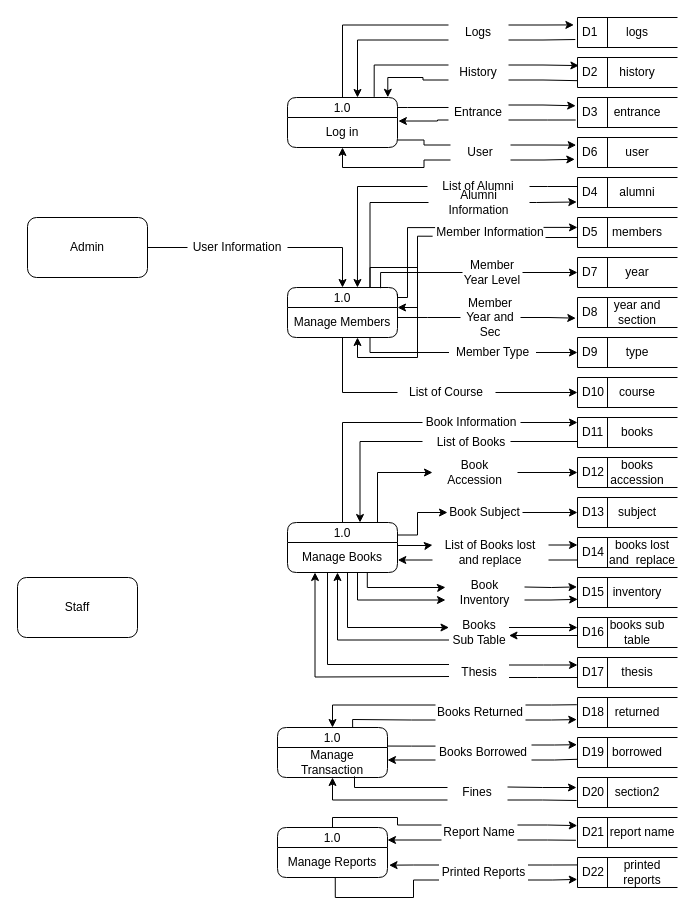
Earlier version of the draw.io diagram dfdnew.drawio (Jayrou12345/Flowchart). Source tidied: cells renumbered, new cells numbered last; positions are measured from the earlier drawing's top-left corner, leaving out a move shared by most shapes. Both pictures are drawn from the tidied source at 100%, with x=0, y=0 at pixel (17, 17).
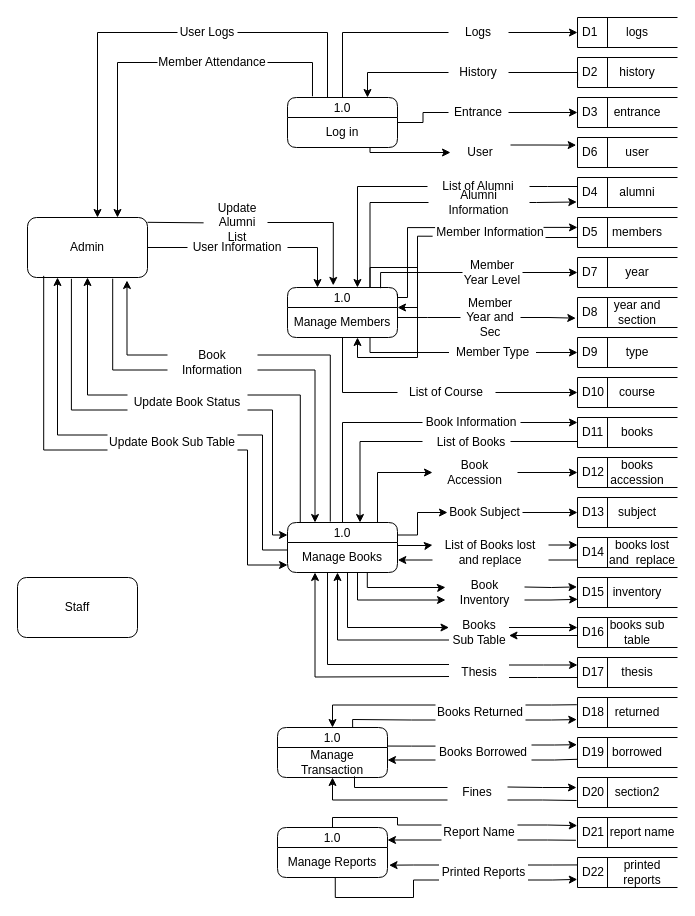
The same page after the edit.

Unchanged cells that the change refers to:
```xml
<mxCell id="18" value="D3" style="html=1;dashed=0;whiteSpace=wrap;shape=mxgraph.dfd.dataStoreID;align=left;spacingLeft=3;points=[[0,0],[0.5,0],[1,0],[0,0.5],[1,0.5],[0,1],[0.5,1],[1,1]];" parent="1" vertex="1">
  <mxGeometry x="560" y="80" width="100" height="30" as="geometry" />
</mxCell>
<mxCell id="20" value="D2" style="html=1;dashed=0;whiteSpace=wrap;shape=mxgraph.dfd.dataStoreID;align=left;spacingLeft=3;points=[[0,0],[0.5,0],[1,0],[0,0.5],[1,0.5],[0,1],[0.5,1],[1,1]];" parent="1" vertex="1">
  <mxGeometry x="560" y="40" width="100" height="30" as="geometry" />
</mxCell>
<mxCell id="24" value="D1" style="html=1;dashed=0;whiteSpace=wrap;shape=mxgraph.dfd.dataStoreID;align=left;spacingLeft=3;points=[[0,0],[0.5,0],[1,0],[0,0.5],[1,0.5],[0,1],[0.5,1],[1,1]];" parent="1" vertex="1">
  <mxGeometry x="560" width="100" height="30" as="geometry" />
</mxCell>
<mxCell id="44" value="D6" style="html=1;dashed=0;whiteSpace=wrap;shape=mxgraph.dfd.dataStoreID;align=left;spacingLeft=3;points=[[0,0],[0.5,0],[1,0],[0,0.5],[1,0.5],[0,1],[0.5,1],[1,1]];" parent="1" vertex="1">
  <mxGeometry x="560" y="120" width="100" height="30" as="geometry" />
</mxCell>
<mxCell id="51" value="1.0" style="swimlane;fontStyle=0;horizontal=1;startSize=20;fillColor=#ffffff;swimlaneFillColor=#ffffff;rounded=1;" parent="1" vertex="1">
  <mxGeometry x="270" y="270" width="110" height="50" as="geometry" />
</mxCell>
<mxCell id="52" value="Manage Members" style="text;html=1;strokeColor=none;fillColor=none;align=center;verticalAlign=middle;whiteSpace=wrap;rounded=1;" parent="51" vertex="1">
  <mxGeometry y="20" width="110" height="30" as="geometry" />
</mxCell>
<mxCell id="57" value="1.0" style="swimlane;fontStyle=0;horizontal=1;startSize=20;fillColor=#ffffff;swimlaneFillColor=#ffffff;rounded=1;" parent="1" vertex="1">
  <mxGeometry x="270" y="505" width="110" height="50" as="geometry" />
</mxCell>
<mxCell id="58" value="Manage Books" style="text;html=1;strokeColor=none;fillColor=none;align=center;verticalAlign=middle;whiteSpace=wrap;rounded=1;" parent="57" vertex="1">
  <mxGeometry y="20" width="110" height="30" as="geometry" />
</mxCell>
<mxCell id="64" value="1.0" style="swimlane;fontStyle=0;horizontal=1;startSize=20;fillColor=#ffffff;swimlaneFillColor=#ffffff;rounded=1;" parent="1" vertex="1">
  <mxGeometry x="270" y="80" width="110" height="50" as="geometry" />
</mxCell>
<mxCell id="65" value="Log in" style="text;html=1;strokeColor=none;fillColor=none;align=center;verticalAlign=middle;whiteSpace=wrap;rounded=1;" parent="64" vertex="1">
  <mxGeometry y="20" width="110" height="30" as="geometry" />
</mxCell>
<mxCell id="67" value="Admin" style="rounded=1;whiteSpace=wrap;html=1;" parent="1" vertex="1">
  <mxGeometry x="10" y="200" width="120" height="60" as="geometry" />
</mxCell>
<mxCell id="70" value="User Information" style="text;html=1;strokeColor=none;fillColor=none;align=center;verticalAlign=middle;whiteSpace=wrap;rounded=0;" parent="1" vertex="1">
  <mxGeometry x="170" y="215" width="100" height="30" as="geometry" />
</mxCell>
<mxCell id="143" value="Logs" style="text;html=1;strokeColor=none;fillColor=none;align=center;verticalAlign=middle;whiteSpace=wrap;rounded=0;" parent="1" vertex="1">
  <mxGeometry x="431" width="60" height="30" as="geometry" />
</mxCell>
<mxCell id="147" value="History" style="text;html=1;strokeColor=none;fillColor=none;align=center;verticalAlign=middle;whiteSpace=wrap;rounded=0;" parent="1" vertex="1">
  <mxGeometry x="431" y="40" width="60" height="30" as="geometry" />
</mxCell>
<mxCell id="154" value="Entrance" style="text;html=1;strokeColor=none;fillColor=none;align=center;verticalAlign=middle;whiteSpace=wrap;rounded=0;" parent="1" vertex="1">
  <mxGeometry x="431" y="80" width="60" height="30" as="geometry" />
</mxCell>
<mxCell id="159" value="User" style="text;html=1;strokeColor=none;fillColor=none;align=center;verticalAlign=middle;whiteSpace=wrap;rounded=0;" parent="1" vertex="1">
  <mxGeometry x="433" y="120" width="60" height="30" as="geometry" />
</mxCell>
```

What changed in the source:
```diff
@@
+    <mxCell id="53" style="edgeStyle=orthogonalEdgeStyle;rounded=0;jettySize=auto;html=1;exitX=0.75;exitY=0;exitDx=0;exitDy=0;" parent="51" edge="1" source="51" target="52">
+      <mxGeometry relative="1" as="geometry">
+        <Array as="points">
+          <mxPoint x="82" y="-20" />
+          <mxPoint x="130" y="-20" />
+          <mxPoint x="130" y="70" />
+          <mxPoint x="70" y="70" />
+        </Array>
+      </mxGeometry>
+    </mxCell>
@@
-    <mxCell id="53" style="edgeStyle=orthogonalEdgeStyle;rounded=0;jettySize=auto;html=1;exitX=0.75;exitY=0;exitDx=0;exitDy=0;" parent="51" edge="1" source="51" target="52">
-      <mxGeometry relative="1" as="geometry">
-        <Array as="points">
-          <mxPoint x="82" y="-20" />
-          <mxPoint x="130" y="-20" />
-          <mxPoint x="130" y="70" />
-          <mxPoint x="70" y="70" />
-        </Array>
-      </mxGeometry>
-    </mxCell>
@@
-    <mxCell id="66" style="edgeStyle=orthogonalEdgeStyle;rounded=0;jettySize=auto;html=1;entryX=0.5;entryY=0;entryDx=0;entryDy=0;exitX=1;exitY=0.5;exitDx=0;exitDy=0;" parent="1" edge="1" source="70" target="51">
-      <mxGeometry relative="1" as="geometry" />
+    <mxCell id="66" style="edgeStyle=orthogonalEdgeStyle;rounded=0;jettySize=auto;html=1;exitX=1;exitY=0.5;exitDx=0;exitDy=0;" parent="1" edge="1" source="70">
+      <mxGeometry relative="1" as="geometry">
+        <mxPoint x="300" y="270" as="targetPoint" />
+        <Array as="points">
+          <mxPoint x="300" y="230" />
+          <mxPoint x="300" y="270" />
+        </Array>
+      </mxGeometry>
     </mxCell>
+    <mxCell id="162" style="edgeStyle=orthogonalEdgeStyle;rounded=0;jettySize=auto;html=1;entryX=0.25;entryY=0;entryDx=0;entryDy=0;endArrow=none;endFill=0;" parent="1" edge="1" target="64">
+      <mxGeometry relative="1" as="geometry">
+        <mxPoint x="220" y="15" as="sourcePoint" />
+        <Array as="points">
+          <mxPoint x="310" y="15" />
+          <mxPoint x="310" y="80" />
+        </Array>
+      </mxGeometry>
+    </mxCell>
@@
-    <mxCell id="142" style="edgeStyle=orthogonalEdgeStyle;rounded=0;jettySize=auto;html=1;exitX=0;exitY=0.25;exitDx=0;exitDy=0;entryX=0.5;entryY=0;entryDx=0;entryDy=0;endArrow=none;endFill=0;" parent="1" edge="1" source="143" target="64">
-      <mxGeometry relative="1" as="geometry" />
+    <mxCell id="142" style="edgeStyle=orthogonalEdgeStyle;rounded=0;jettySize=auto;html=1;exitX=0;exitY=0.5;exitDx=0;exitDy=0;entryX=0.5;entryY=0;entryDx=0;entryDy=0;endArrow=none;endFill=0;" parent="1" edge="1" source="143" target="64">
+      <mxGeometry relative="1" as="geometry">
+        <Array as="points">
+          <mxPoint x="325" y="15" />
+        </Array>
+      </mxGeometry>
     </mxCell>
@@
-    <mxCell id="144" style="edgeStyle=orthogonalEdgeStyle;rounded=0;jettySize=auto;html=1;exitX=1;exitY=0.25;exitDx=0;exitDy=0;entryX=-0.036;entryY=0.247;entryDx=0;entryDy=0;entryPerimeter=0;" parent="1" edge="1" source="143" target="24">
+    <mxCell id="144" style="edgeStyle=orthogonalEdgeStyle;rounded=0;jettySize=auto;html=1;entryX=0;entryY=0.5;entryDx=0;entryDy=0;" parent="1" edge="1" source="143" target="24">
       <mxGeometry relative="1" as="geometry" />
     </mxCell>
-    <mxCell id="145" style="edgeStyle=orthogonalEdgeStyle;rounded=0;jettySize=auto;html=1;exitX=1;exitY=0.75;exitDx=0;exitDy=0;entryX=-0.022;entryY=0.734;entryDx=0;entryDy=0;entryPerimeter=0;endArrow=none;endFill=0;" parent="1" edge="1" source="143" target="24">
-      <mxGeometry relative="1" as="geometry" />
-    </mxCell>
-    <mxCell id="146" style="edgeStyle=orthogonalEdgeStyle;rounded=0;jettySize=auto;html=1;exitX=0;exitY=0.75;exitDx=0;exitDy=0;" parent="1" edge="1" source="143" target="64">
-      <mxGeometry relative="1" as="geometry">
-        <Array as="points">
-          <mxPoint x="340" y="22" />
-        </Array>
-      </mxGeometry>
-    </mxCell>
@@
-    <mxCell id="148" style="edgeStyle=orthogonalEdgeStyle;rounded=0;jettySize=auto;html=1;exitX=1;exitY=0.25;exitDx=0;exitDy=0;entryX=0.014;entryY=0.27;entryDx=0;entryDy=0;entryPerimeter=0;" parent="1" edge="1" source="147" target="20">
-      <mxGeometry relative="1" as="geometry" />
-    </mxCell>
-    <mxCell id="149" style="edgeStyle=orthogonalEdgeStyle;rounded=0;jettySize=auto;html=1;exitX=1;exitY=0.75;exitDx=0;exitDy=0;entryX=0.001;entryY=0.772;entryDx=0;entryDy=0;entryPerimeter=0;endArrow=none;endFill=0;" parent="1" edge="1" source="147" target="20">
-      <mxGeometry relative="1" as="geometry" />
+    <mxCell id="149" style="edgeStyle=orthogonalEdgeStyle;rounded=0;jettySize=auto;html=1;entryX=0.001;entryY=0.772;entryDx=0;entryDy=0;entryPerimeter=0;endArrow=none;endFill=0;" parent="1" edge="1" source="147" target="20">
+      <mxGeometry relative="1" as="geometry">
+        <Array as="points">
+          <mxPoint x="560" y="55" />
+        </Array>
+      </mxGeometry>
     </mxCell>
-    <mxCell id="150" style="edgeStyle=orthogonalEdgeStyle;rounded=0;jettySize=auto;html=1;exitX=0;exitY=0.25;exitDx=0;exitDy=0;entryX=0.788;entryY=-0.013;entryDx=0;entryDy=0;entryPerimeter=0;endArrow=none;endFill=0;" parent="1" edge="1" source="147" target="64">
-      <mxGeometry relative="1" as="geometry" />
-    </mxCell>
-    <mxCell id="151" style="edgeStyle=orthogonalEdgeStyle;rounded=0;jettySize=auto;html=1;exitX=0;exitY=0.75;exitDx=0;exitDy=0;entryX=0.912;entryY=-0.004;entryDx=0;entryDy=0;entryPerimeter=0;" parent="1" edge="1" source="147" target="64">
-      <mxGeometry relative="1" as="geometry" />
+    <mxCell id="151" style="edgeStyle=orthogonalEdgeStyle;rounded=0;jettySize=auto;html=1;exitX=0;exitY=0.5;exitDx=0;exitDy=0;" parent="1" edge="1" source="147" target="64">
+      <mxGeometry relative="1" as="geometry">
+        <Array as="points">
+          <mxPoint x="350" y="55" />
+        </Array>
+      </mxGeometry>
     </mxCell>
-    <mxCell id="152" style="edgeStyle=orthogonalEdgeStyle;rounded=0;jettySize=auto;html=1;exitX=0;exitY=0.333;exitDx=0;exitDy=0;exitPerimeter=0;endArrow=none;endFill=0;" parent="1" edge="1" source="154" target="64">
-      <mxGeometry relative="1" as="geometry">
-        <Array as="points">
-          <mxPoint x="390" y="90" />
-          <mxPoint x="390" y="90" />
-        </Array>
-      </mxGeometry>
+    <mxCell id="152" style="edgeStyle=orthogonalEdgeStyle;rounded=0;jettySize=auto;html=1;exitX=0;exitY=0.5;exitDx=0;exitDy=0;endArrow=none;endFill=0;" parent="1" edge="1" source="154" target="64">
+      <mxGeometry relative="1" as="geometry" />
     </mxCell>
-    <mxCell id="153" style="edgeStyle=orthogonalEdgeStyle;rounded=0;jettySize=auto;html=1;exitX=0;exitY=0.75;exitDx=0;exitDy=0;entryX=1.008;entryY=0.118;entryDx=0;entryDy=0;entryPerimeter=0;" parent="1" edge="1" source="154" target="65">
-      <mxGeometry relative="1" as="geometry">
-        <Array as="points">
-          <mxPoint x="420" y="103" />
-          <mxPoint x="390" y="103" />
-        </Array>
-      </mxGeometry>
-    </mxCell>
@@
-    <mxCell id="155" style="edgeStyle=orthogonalEdgeStyle;rounded=0;jettySize=auto;html=1;exitX=1;exitY=0.25;exitDx=0;exitDy=0;entryX=-0.018;entryY=0.277;entryDx=0;entryDy=0;entryPerimeter=0;" parent="1" edge="1" source="154" target="18">
+    <mxCell id="155" style="edgeStyle=orthogonalEdgeStyle;rounded=0;jettySize=auto;html=1;entryX=0;entryY=0.5;entryDx=0;entryDy=0;" parent="1" edge="1" source="154" target="18">
       <mxGeometry relative="1" as="geometry" />
     </mxCell>
-    <mxCell id="156" style="edgeStyle=orthogonalEdgeStyle;rounded=0;jettySize=auto;html=1;exitX=1;exitY=0.75;exitDx=0;exitDy=0;entryX=-0.018;entryY=0.75;entryDx=0;entryDy=0;entryPerimeter=0;endArrow=none;endFill=0;" parent="1" edge="1" source="154" target="18">
-      <mxGeometry relative="1" as="geometry">
-        <Array as="points">
-          <mxPoint x="530" y="103" />
-          <mxPoint x="530" y="103" />
-        </Array>
-      </mxGeometry>
-    </mxCell>
-    <mxCell id="157" style="edgeStyle=orthogonalEdgeStyle;rounded=0;jettySize=auto;html=1;exitX=0;exitY=0.25;exitDx=0;exitDy=0;entryX=1;entryY=0.75;entryDx=0;entryDy=0;endArrow=none;endFill=0;" parent="1" edge="1" source="159" target="65">
-      <mxGeometry relative="1" as="geometry" />
-    </mxCell>
-    <mxCell id="158" style="edgeStyle=orthogonalEdgeStyle;rounded=0;jettySize=auto;html=1;exitX=0;exitY=0.75;exitDx=0;exitDy=0;entryX=0.5;entryY=1;entryDx=0;entryDy=0;" parent="1" edge="1" source="159" target="65">
-      <mxGeometry relative="1" as="geometry" />
-    </mxCell>
@@
-    <mxCell id="161" style="edgeStyle=orthogonalEdgeStyle;rounded=0;jettySize=auto;html=1;exitX=1;exitY=0.75;exitDx=0;exitDy=0;entryX=-0.027;entryY=0.727;entryDx=0;entryDy=0;entryPerimeter=0;" parent="1" edge="1" source="159" target="44">
-      <mxGeometry relative="1" as="geometry" />
-    </mxCell>
+    <mxCell id="163" style="edgeStyle=orthogonalEdgeStyle;rounded=0;jettySize=auto;html=1;exitX=0.75;exitY=1;exitDx=0;exitDy=0;" parent="1" edge="1" source="65" target="159">
+      <mxGeometry relative="1" as="geometry">
+        <Array as="points">
+          <mxPoint x="353" y="135" />
+        </Array>
+      </mxGeometry>
+    </mxCell>
+    <mxCell id="164" style="edgeStyle=orthogonalEdgeStyle;rounded=0;jettySize=auto;html=1;exitX=1;exitY=0.5;exitDx=0;exitDy=0;entryX=0.416;entryY=-0.042;entryDx=0;entryDy=0;entryPerimeter=0;" parent="1" edge="1" source="166" target="51">
+      <mxGeometry relative="1" as="geometry" />
+    </mxCell>
+    <mxCell id="165" style="edgeStyle=orthogonalEdgeStyle;rounded=0;jettySize=auto;html=1;exitX=1;exitY=0.25;exitDx=0;exitDy=0;entryX=-0.065;entryY=0.511;entryDx=0;entryDy=0;entryPerimeter=0;endArrow=none;endFill=0;" parent="1" edge="1" target="166">
+      <mxGeometry relative="1" as="geometry">
+        <mxPoint x="130" y="204.8" as="sourcePoint" />
+      </mxGeometry>
+    </mxCell>
+    <mxCell id="166" value="Update Alumni List" style="text;html=1;strokeColor=none;fillColor=none;align=center;verticalAlign=middle;whiteSpace=wrap;rounded=0;" parent="1" vertex="1">
+      <mxGeometry x="190" y="190" width="60" height="30" as="geometry" />
+    </mxCell>
+    <mxCell id="167" style="edgeStyle=orthogonalEdgeStyle;rounded=0;jettySize=auto;html=1;entryX=0;entryY=0.5;entryDx=0;entryDy=0;startArrow=classic;startFill=1;endArrow=none;endFill=0;" parent="1" edge="1" source="67">
+      <mxGeometry relative="1" as="geometry">
+        <mxPoint x="160" y="15" as="targetPoint" />
+        <Array as="points">
+          <mxPoint x="80" y="15" />
+        </Array>
+      </mxGeometry>
+    </mxCell>
+    <mxCell id="168" value="User Logs" style="text;html=1;strokeColor=none;fillColor=none;align=center;verticalAlign=middle;whiteSpace=wrap;rounded=0;" parent="1" vertex="1">
+      <mxGeometry x="160" width="60" height="30" as="geometry" />
+    </mxCell>
+    <mxCell id="169" style="edgeStyle=orthogonalEdgeStyle;rounded=0;jettySize=auto;html=1;entryX=0.75;entryY=0;entryDx=0;entryDy=0;" parent="1" edge="1" source="170" target="67">
+      <mxGeometry relative="1" as="geometry" />
+    </mxCell>
+    <mxCell id="170" value="Member Attendance" style="text;html=1;strokeColor=none;fillColor=none;align=center;verticalAlign=middle;whiteSpace=wrap;rounded=0;" parent="1" vertex="1">
+      <mxGeometry x="140" y="30" width="110" height="30" as="geometry" />
+    </mxCell>
+    <mxCell id="171" style="edgeStyle=orthogonalEdgeStyle;rounded=0;jettySize=auto;html=1;entryX=0.227;entryY=-0.025;entryDx=0;entryDy=0;entryPerimeter=0;endArrow=none;endFill=0;" parent="1" edge="1" source="170" target="64">
+      <mxGeometry relative="1" as="geometry" />
+    </mxCell>
+    <mxCell id="172" style="edgeStyle=orthogonalEdgeStyle;rounded=0;jettySize=auto;html=1;exitX=1;exitY=0.75;exitDx=0;exitDy=0;entryX=0.25;entryY=0;entryDx=0;entryDy=0;" parent="1" edge="1" source="173" target="57">
+      <mxGeometry relative="1" as="geometry" />
+    </mxCell>
+    <mxCell id="173" value="Book Information" style="text;html=1;strokeColor=none;fillColor=none;align=center;verticalAlign=middle;whiteSpace=wrap;rounded=0;" parent="1" vertex="1">
+      <mxGeometry x="150" y="330" width="90" height="30" as="geometry" />
+    </mxCell>
+    <mxCell id="174" style="edgeStyle=orthogonalEdgeStyle;rounded=0;jettySize=auto;html=1;exitX=0;exitY=0.25;exitDx=0;exitDy=0;entryX=0.829;entryY=1.05;entryDx=0;entryDy=0;entryPerimeter=0;" parent="1" edge="1" source="173" target="67">
+      <mxGeometry relative="1" as="geometry" />
+    </mxCell>
+    <mxCell id="175" style="edgeStyle=orthogonalEdgeStyle;rounded=0;jettySize=auto;html=1;exitX=1;exitY=0.25;exitDx=0;exitDy=0;entryX=0.389;entryY=-0.018;entryDx=0;entryDy=0;entryPerimeter=0;endArrow=none;endFill=0;" parent="1" edge="1" source="173" target="57">
+      <mxGeometry relative="1" as="geometry" />
+    </mxCell>
+    <mxCell id="176" style="edgeStyle=orthogonalEdgeStyle;rounded=0;jettySize=auto;html=1;exitX=0;exitY=0.75;exitDx=0;exitDy=0;entryX=0.71;entryY=1.02;entryDx=0;entryDy=0;entryPerimeter=0;endArrow=none;endFill=0;" parent="1" edge="1" source="173" target="67">
+      <mxGeometry relative="1" as="geometry" />
+    </mxCell>
+    <mxCell id="177" style="edgeStyle=orthogonalEdgeStyle;rounded=0;jettySize=auto;html=1;exitX=1;exitY=0.75;exitDx=0;exitDy=0;entryX=0;entryY=0.25;entryDx=0;entryDy=0;" parent="1" edge="1" source="179" target="57">
+      <mxGeometry relative="1" as="geometry">
+        <Array as="points">
+          <mxPoint x="255" y="517" />
+        </Array>
+      </mxGeometry>
+    </mxCell>
+    <mxCell id="178" style="edgeStyle=orthogonalEdgeStyle;rounded=0;jettySize=auto;html=1;exitX=0;exitY=0.25;exitDx=0;exitDy=0;entryX=0.5;entryY=1;entryDx=0;entryDy=0;" parent="1" edge="1" source="179" target="67">
+      <mxGeometry relative="1" as="geometry" />
+    </mxCell>
+    <mxCell id="179" value="Update Book Status" style="text;html=1;strokeColor=none;fillColor=none;align=center;verticalAlign=middle;whiteSpace=wrap;rounded=0;" parent="1" vertex="1">
+      <mxGeometry x="110" y="370" width="120" height="30" as="geometry" />
+    </mxCell>
+    <mxCell id="180" style="edgeStyle=orthogonalEdgeStyle;rounded=0;jettySize=auto;html=1;exitX=1;exitY=0.25;exitDx=0;exitDy=0;entryX=0.116;entryY=-0.006;entryDx=0;entryDy=0;entryPerimeter=0;endArrow=none;endFill=0;" parent="1" edge="1" source="179" target="57">
+      <mxGeometry relative="1" as="geometry" />
+    </mxCell>
+    <mxCell id="181" style="edgeStyle=orthogonalEdgeStyle;rounded=0;jettySize=auto;html=1;exitX=0;exitY=0.75;exitDx=0;exitDy=0;entryX=0.366;entryY=1.022;entryDx=0;entryDy=0;entryPerimeter=0;endArrow=none;endFill=0;" parent="1" edge="1" source="179" target="67">
+      <mxGeometry relative="1" as="geometry" />
+    </mxCell>
+    <mxCell id="182" style="edgeStyle=orthogonalEdgeStyle;rounded=0;jettySize=auto;html=1;exitX=1;exitY=0.25;exitDx=0;exitDy=0;entryX=0;entryY=0.25;entryDx=0;entryDy=0;endArrow=none;endFill=0;" parent="1" edge="1" source="185" target="58">
+      <mxGeometry relative="1" as="geometry" />
+    </mxCell>
+    <mxCell id="183" style="edgeStyle=orthogonalEdgeStyle;rounded=0;jettySize=auto;html=1;exitX=1;exitY=0.75;exitDx=0;exitDy=0;entryX=0;entryY=0.75;entryDx=0;entryDy=0;" parent="1" edge="1" source="185" target="58">
+      <mxGeometry relative="1" as="geometry">
+        <Array as="points">
+          <mxPoint x="230" y="433" />
+          <mxPoint x="230" y="547" />
+        </Array>
+      </mxGeometry>
+    </mxCell>
+    <mxCell id="184" style="edgeStyle=orthogonalEdgeStyle;rounded=0;jettySize=auto;html=1;exitX=0;exitY=0.25;exitDx=0;exitDy=0;entryX=0.25;entryY=1;entryDx=0;entryDy=0;" parent="1" edge="1" source="185" target="67">
+      <mxGeometry relative="1" as="geometry" />
+    </mxCell>
+    <mxCell id="185" value="Update Book Sub Table" style="text;html=1;strokeColor=none;fillColor=none;align=center;verticalAlign=middle;whiteSpace=wrap;rounded=0;" parent="1" vertex="1">
+      <mxGeometry x="90" y="410" width="130" height="30" as="geometry" />
+    </mxCell>
+    <mxCell id="186" style="edgeStyle=orthogonalEdgeStyle;rounded=0;jettySize=auto;html=1;exitX=0;exitY=0.75;exitDx=0;exitDy=0;entryX=0.135;entryY=0.973;entryDx=0;entryDy=0;entryPerimeter=0;endArrow=none;endFill=0;" parent="1" edge="1" source="185" target="67">
+      <mxGeometry relative="1" as="geometry" />
+    </mxCell>
```
